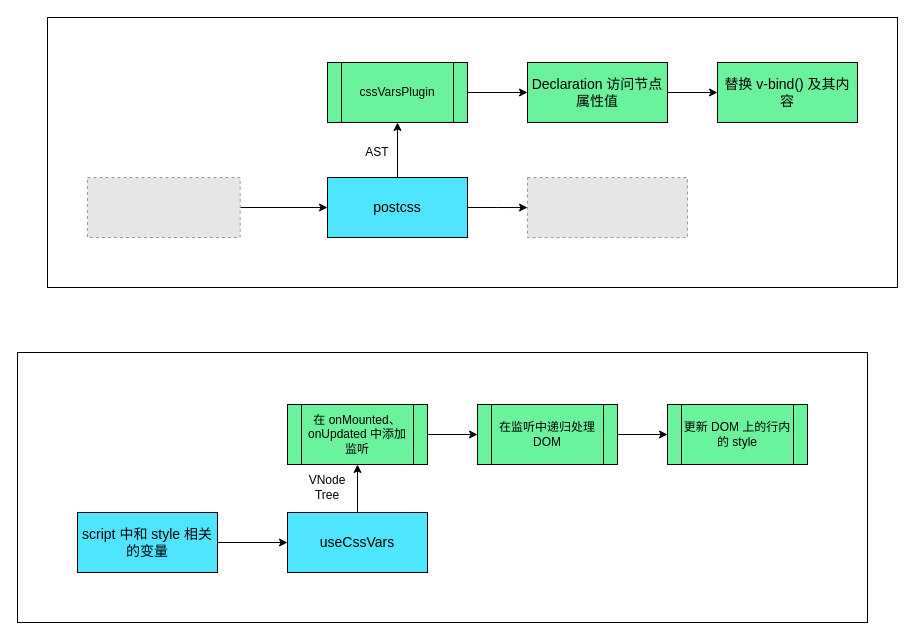
Before: Untitled dynamic-style-inject.drawio in WJCHumble/graph-asserts, a draw.io diagram. Source tidied: cells renumbered, new cells numbered last; positions are measured from the earlier drawing's top-left corner, leaving out a move shared by most shapes. Both pictures are drawn from the tidied source at 100%, with x=0, y=0 at pixel (17, 17). Pictures stored in the file or linked from it are replaced by grey dashed boxes.
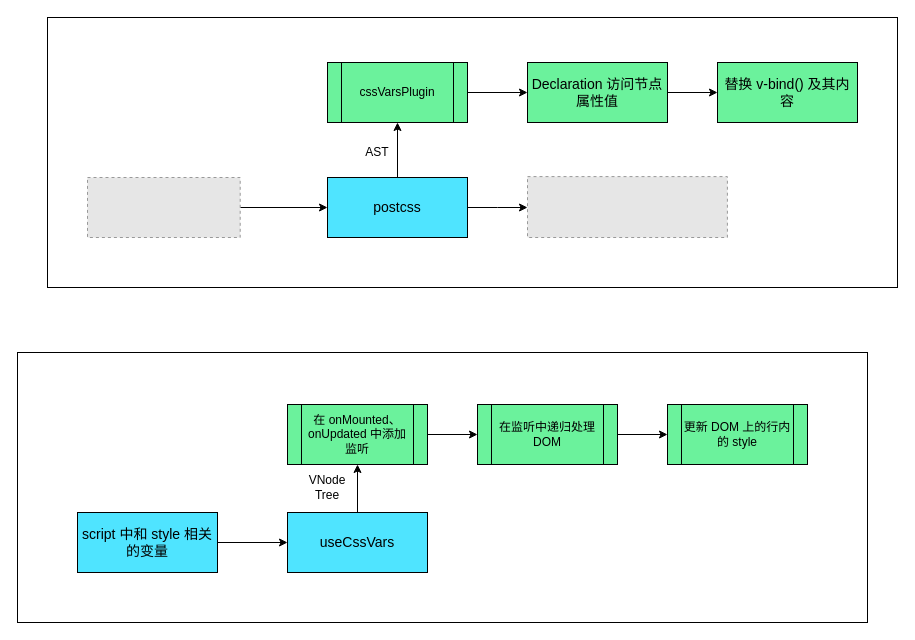
After the change.

The change refers to these unchanged cells:
```xml
<mxCell id="10" value="&lt;font style=&quot;font-size: 14px&quot;&gt;postcss&lt;/font&gt;" style="rounded=0;whiteSpace=wrap;html=1;fillColor=#4FE4FF;" parent="1" vertex="1">
  <mxGeometry x="310" y="160" width="140" height="60" as="geometry" />
</mxCell>
```

The edit, as a diff of the source:
```diff
@@
-    <mxCell id="9" style="edgeStyle=orthogonalEdgeStyle;rounded=0;jettySize=auto;html=1;exitX=1;exitY=0.5;exitDx=0;exitDy=0;entryX=0;entryY=0.5;entryDx=0;entryDy=0;" parent="1" edge="1" source="10" target="15">
-      <mxGeometry relative="1" as="geometry" />
+    <mxCell id="9" style="edgeStyle=orthogonalEdgeStyle;rounded=0;jettySize=auto;html=1;exitX=1;exitY=0.5;exitDx=0;exitDy=0;entryX=0;entryY=0.5;entryDx=0;entryDy=0;" parent="1" edge="1" source="10">
+      <mxGeometry relative="1" as="geometry">
+        <mxPoint x="510" y="190" as="targetPoint" />
+      </mxGeometry>
     </mxCell>
@@
-    <mxCell id="15" style="fillColor=#E6E6E6;strokeColor=#999999;dashed=1;verticalLabelPosition=bottom;labelBackgroundColor=#ffffff;verticalAlign=top;" parent="1" vertex="1">
-      <mxGeometry x="510" y="160" width="160" height="60.1" as="geometry" />
-    </mxCell>
@@
+    <mxCell id="27" style="fillColor=#E6E6E6;strokeColor=#999999;dashed=1;verticalLabelPosition=bottom;labelBackgroundColor=#ffffff;verticalAlign=top;" parent="1" vertex="1">
+      <mxGeometry x="510" y="159.1" width="199.9" height="60.9" as="geometry" />
+    </mxCell>
```
